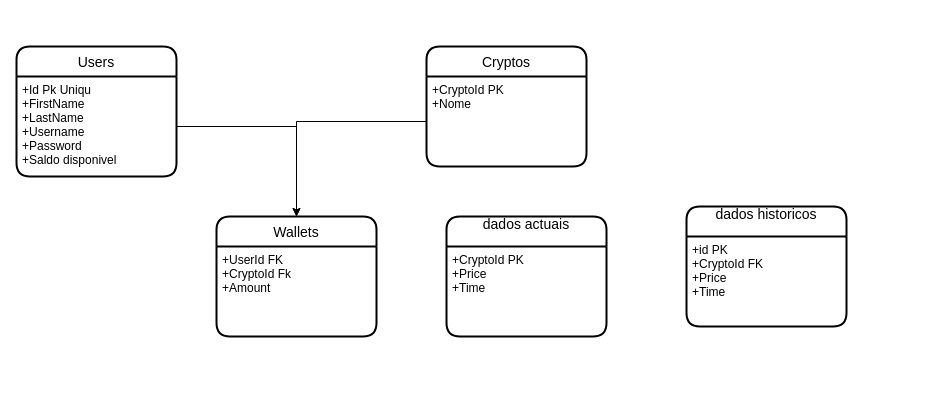
Before: page "UML Base Dados" (2 of 2) of Esquemas.drawio in pmdmartins21/Crypto-Challenge, a draw.io diagram. Source tidied: cells renumbered, new cells numbered last; positions are measured from the earlier drawing's top-left corner, leaving out a move shared by most shapes. Both pictures are drawn from the tidied source at 100%, with x=0, y=0 at pixel (16, 46).
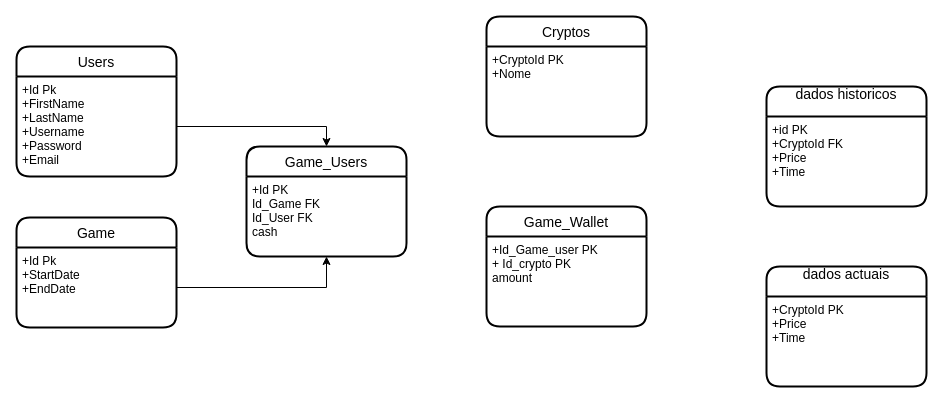
Above is the later version.

The change refers to these unchanged cells:
```xml
<mxCell id="2" value="Users" style="swimlane;horizontal=1;startSize=30;rounded=1;fontSize=14;fontStyle=0;strokeWidth=2;shadow=0;dashed=0;align=center;" parent="1" vertex="1">
  <mxGeometry width="160" height="130" as="geometry" />
</mxCell>
<mxCell id="8" value="+CryptoId PK&#10;+Nome&#10;" style="align=left;strokeColor=none;fillColor=none;spacingLeft=4;fontSize=12;verticalAlign=top;" parent="7" vertex="1">
  <mxGeometry y="30" width="160" height="90" as="geometry" />
</mxCell>
```

The edit, as a diff of the source:
```diff
@@
-    <mxCell id="3" value="+Id Pk Uniqu&#10;+FirstName&#10;+LastName&#10;+Username&#10;+Password&#10;+Saldo disponivel" style="align=left;strokeColor=none;fillColor=none;spacingLeft=4;fontSize=12;verticalAlign=top;" parent="2" vertex="1">
+    <mxCell id="3" value="+Id Pk&#10;+FirstName&#10;+LastName&#10;+Username&#10;+Password&#10;+Email" style="align=left;strokeColor=none;fillColor=none;spacingLeft=4;fontSize=12;verticalAlign=top;" parent="2" vertex="1">
       <mxGeometry y="30" width="160" height="100" as="geometry" />
     </mxCell>
@@
-    <mxCell id="5" value="Wallets" style="swimlane;horizontal=1;startSize=30;rounded=1;fontSize=14;fontStyle=0;strokeWidth=2;shadow=0;dashed=0;align=center;" parent="1" vertex="1">
-      <mxGeometry x="200" y="170" width="160" height="120" as="geometry" />
-    </mxCell>
-    <mxCell id="6" value="+UserId FK&#10;+CryptoId Fk&#10;+Amount&#10;" style="align=left;strokeColor=none;fillColor=none;spacingLeft=4;fontSize=12;verticalAlign=top;" parent="5" vertex="1">
-      <mxGeometry y="30" width="160" height="90" as="geometry" />
-    </mxCell>
     <mxCell id="7" value="Cryptos" style="swimlane;horizontal=1;startSize=30;rounded=1;fontSize=14;fontStyle=0;strokeWidth=2;shadow=0;dashed=0;align=center;" parent="1" vertex="1">
-      <mxGeometry x="410" width="160" height="120" as="geometry" />
+      <mxGeometry x="470" y="-30" width="160" height="120" as="geometry" />
     </mxCell>
@@
     <mxCell id="9" value="dados historicos&#10;" style="swimlane;horizontal=1;startSize=30;rounded=1;fontSize=14;fontStyle=0;strokeWidth=2;shadow=0;dashed=0;align=center;" parent="1" vertex="1">
-      <mxGeometry x="670" y="160" width="160" height="120" as="geometry" />
+      <mxGeometry x="750" y="40" width="160" height="120" as="geometry" />
     </mxCell>
@@
-    <mxCell id="11" style="edgeStyle=orthogonalEdgeStyle;rounded=0;jettySize=auto;html=1;entryX=0.5;entryY=0;entryDx=0;entryDy=0;" parent="1" edge="1" source="3" target="5">
-      <mxGeometry relative="1" as="geometry" />
-    </mxCell>
-    <mxCell id="12" style="edgeStyle=orthogonalEdgeStyle;rounded=0;jettySize=auto;html=1;" parent="1" edge="1" source="8" target="5">
-      <mxGeometry relative="1" as="geometry" />
-    </mxCell>
     <mxCell id="13" value="dados actuais&#10;" style="swimlane;horizontal=1;startSize=30;rounded=1;fontSize=14;fontStyle=0;strokeWidth=2;shadow=0;dashed=0;align=center;" parent="1" vertex="1">
-      <mxGeometry x="430" y="170" width="160" height="120" as="geometry" />
+      <mxGeometry x="750" y="220" width="160" height="120" as="geometry" />
     </mxCell>
@@
+    <mxCell id="15" value="Game_Wallet" style="swimlane;horizontal=1;startSize=30;rounded=1;fontSize=14;fontStyle=0;strokeWidth=2;shadow=0;dashed=0;align=center;" parent="1" vertex="1">
+      <mxGeometry x="470" y="160" width="160" height="120" as="geometry" />
+    </mxCell>
+    <mxCell id="16" value="+Id_Game_user PK&#10;+ Id_crypto PK&#10;amount" style="align=left;strokeColor=none;fillColor=none;spacingLeft=4;fontSize=12;verticalAlign=top;" parent="15" vertex="1">
+      <mxGeometry y="30" width="160" height="90" as="geometry" />
+    </mxCell>
+    <mxCell id="17" value="Game" style="swimlane;horizontal=1;startSize=30;rounded=1;fontSize=14;fontStyle=0;strokeWidth=2;shadow=0;dashed=0;align=center;" parent="1" vertex="1">
+      <mxGeometry y="171" width="160" height="110" as="geometry" />
+    </mxCell>
+    <mxCell id="18" value="+Id Pk&#10;+StartDate&#10;+EndDate" style="align=left;strokeColor=none;fillColor=none;spacingLeft=4;fontSize=12;verticalAlign=top;" parent="17" vertex="1">
+      <mxGeometry y="30" width="160" height="80" as="geometry" />
+    </mxCell>
+    <mxCell id="19" style="edgeStyle=orthogonalEdgeStyle;rounded=0;orthogonalLoop=1;jettySize=auto;html=1;exitX=0.5;exitY=1;exitDx=0;exitDy=0;" parent="17" edge="1" source="18" target="18">
+      <mxGeometry relative="1" as="geometry" />
+    </mxCell>
+    <mxCell id="20" value="Game_Users" style="swimlane;horizontal=1;startSize=30;rounded=1;fontSize=14;fontStyle=0;strokeWidth=2;shadow=0;dashed=0;align=center;" parent="1" vertex="1">
+      <mxGeometry x="230" y="100" width="160" height="110" as="geometry" />
+    </mxCell>
+    <mxCell id="21" value="+Id PK&#10;Id_Game FK&#10;Id_User FK&#10;cash&#10;" style="align=left;strokeColor=none;fillColor=none;spacingLeft=4;fontSize=12;verticalAlign=top;" parent="20" vertex="1">
+      <mxGeometry y="30" width="160" height="80" as="geometry" />
+    </mxCell>
+    <mxCell id="22" style="edgeStyle=orthogonalEdgeStyle;rounded=0;orthogonalLoop=1;jettySize=auto;html=1;exitX=0.5;exitY=1;exitDx=0;exitDy=0;" parent="20" edge="1" source="21" target="21">
+      <mxGeometry relative="1" as="geometry" />
+    </mxCell>
+    <mxCell id="23" style="edgeStyle=orthogonalEdgeStyle;rounded=0;jettySize=auto;html=1;" parent="1" edge="1" source="3" target="20">
+      <mxGeometry relative="1" as="geometry">
+        <Array as="points">
+          <mxPoint x="310" y="80" />
+        </Array>
+      </mxGeometry>
+    </mxCell>
+    <mxCell id="24" style="edgeStyle=orthogonalEdgeStyle;rounded=0;jettySize=auto;html=1;" parent="1" edge="1" source="18" target="21">
+      <mxGeometry relative="1" as="geometry">
+        <Array as="points">
+          <mxPoint x="310" y="241" />
+        </Array>
+      </mxGeometry>
+    </mxCell>
```
